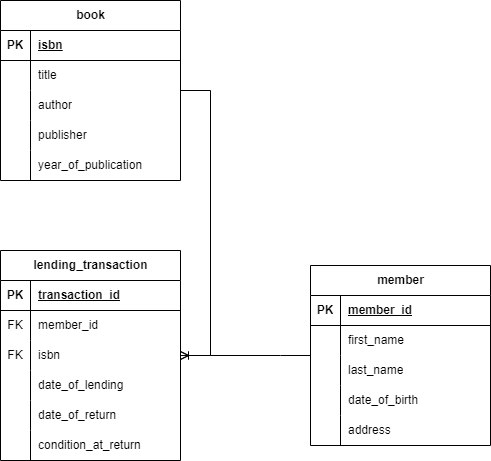
This is Phase 0 Remote - S1/Week 3/D5/nongradedchallenge/ERD.png from alfikridotname/HACTIV8-FTGO, a draw.io export, as it was before one commit. Source tidied: cells renumbered, new cells last; positions are measured from the earlier drawing's top-left corner, leaving out a move shared by most shapes.
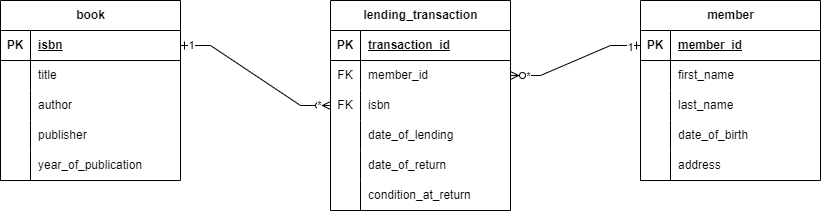
After the change.

Commit message:
perbaikan pada analisa disisi relasi dan perbaikan erd

Change to the diagram source:
```diff
@@ -3,7 +3,7 @@
     <mxCell id="0" />
     <mxCell id="1" parent="0" />
     <mxCell id="2" value="book" style="shape=table;startSize=30;rowLines=0;fontStyle=1;align=center;html=1;" parent="1" vertex="1">
-      <mxGeometry width="180" height="180" as="geometry" />
+      <mxGeometry x="-80" width="180" height="180" as="geometry" />
     </mxCell>
     <mxCell id="3" style="shape=tableRow;horizontal=0;startSize=0;swimlaneHead=0;swimlaneBody=0;fillColor=none;points=[[0,0.5],[1,0.5]];portConstraint=eastwest;top=0;left=0;right=0;bottom=1;" parent="2" vertex="1">
       <mxGeometry y="30" width="180" height="30" as="geometry" />
@@ -51,7 +51,7 @@
       <mxGeometry x="30" width="150" height="30" as="geometry" />
     </mxCell>
     <mxCell id="18" value="member" style="shape=table;startSize=30;rowLines=0;fontStyle=1;align=center;html=1;" parent="1" vertex="1">
-      <mxGeometry x="310" y="265" width="180" height="180" as="geometry" />
+      <mxGeometry x="560" width="180" height="180" as="geometry" />
     </mxCell>
     <mxCell id="19" style="shape=tableRow;horizontal=0;startSize=0;swimlaneHead=0;swimlaneBody=0;fillColor=none;points=[[0,0.5],[1,0.5]];portConstraint=eastwest;top=0;left=0;right=0;bottom=1;" parent="18" vertex="1">
       <mxGeometry y="30" width="180" height="30" as="geometry" />
@@ -99,7 +99,7 @@
       <mxGeometry x="30" width="150" height="30" as="geometry" />
     </mxCell>
     <mxCell id="34" value="lending_transaction" style="shape=table;startSize=30;rowLines=0;fontStyle=1;align=center;html=1;" parent="1" vertex="1">
-      <mxGeometry y="250" width="180" height="210" as="geometry" />
+      <mxGeometry x="250" width="180" height="210" as="geometry" />
     </mxCell>
     <mxCell id="35" style="shape=tableRow;horizontal=0;startSize=0;swimlaneHead=0;swimlaneBody=0;fillColor=none;top=0;left=0;right=0;bottom=1;" parent="34" vertex="1">
       <mxGeometry y="30" width="180" height="30" as="geometry" />
@@ -155,11 +155,28 @@
     <mxCell id="52" value="condition_at_return" style="shape=partialRectangle;fillColor=none;top=0;left=0;bottom=0;right=0;align=left;spacingLeft=6;overflow=hidden;whiteSpace=wrap;html=1;" parent="50" vertex="1">
       <mxGeometry x="30" width="150" height="30" as="geometry" />
     </mxCell>
-    <mxCell id="53" style="edgeStyle=entityRelationEdgeStyle;fontSize=12;html=1;endArrow=ERoneToMany;rounded=0;" parent="1" edge="1" source="18" target="34">
-      <mxGeometry relative="1" as="geometry" />
-    </mxCell>
-    <mxCell id="54" style="edgeStyle=entityRelationEdgeStyle;fontSize=12;html=1;endArrow=ERoneToMany;rounded=0;" parent="1" edge="1" source="2" target="34">
-      <mxGeometry relative="1" as="geometry" />
-    </mxCell>
+    <mxCell id="55" style="edgeStyle=entityRelationEdgeStyle;fontSize=12;html=1;endArrow=ERzeroToMany;startArrow=ERmandOne;rounded=0;" parent="1" edge="1" source="3" target="41">
+      <mxGeometry relative="1" as="geometry" />
+    </mxCell>
+    <mxCell id="56" value="1" style="edgeLabel;html=1;align=center;verticalAlign=middle;" parent="55" vertex="1">
+      <mxGeometry x="-0.88" y="1" relative="1" as="geometry" />
+    </mxCell>
+    <mxCell id="57" value="*" style="edgeLabel;html=1;align=center;verticalAlign=middle;" parent="55" vertex="1">
+      <mxGeometry x="0.87" y="1" relative="1" as="geometry" />
+    </mxCell>
+    <mxCell id="58" style="edgeStyle=entityRelationEdgeStyle;fontSize=12;html=1;endArrow=ERzeroToMany;startArrow=ERmandOne;rounded=0;" parent="1" edge="1" source="19" target="38">
+      <mxGeometry relative="1" as="geometry">
+        <Array as="points">
+          <mxPoint x="550" y="70" />
+          <mxPoint x="510" y="80" />
+        </Array>
+      </mxGeometry>
+    </mxCell>
+    <mxCell id="59" value="1" style="edgeLabel;html=1;align=center;verticalAlign=middle;" parent="58" vertex="1">
+      <mxGeometry x="-0.84" y="1" relative="1" as="geometry" />
+    </mxCell>
+    <mxCell id="60" value="*" style="edgeLabel;html=1;align=center;verticalAlign=middle;" parent="58" vertex="1">
+      <mxGeometry x="0.75" relative="1" as="geometry" />
+    </mxCell>
   </root>
 </mxGraphModel>
```
